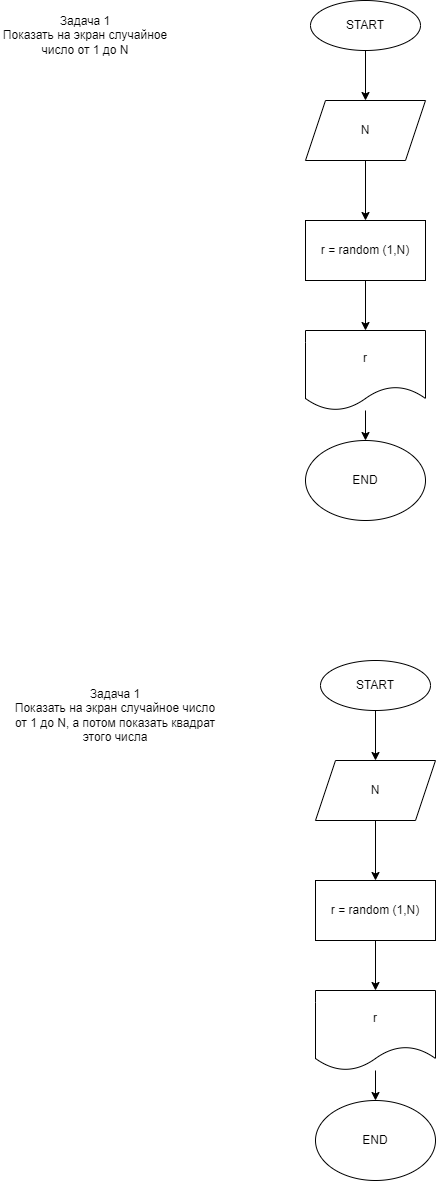
Earlier version of the draw.io export ex000.drawio.png (AnnaBukh/Practikum.Kamenytsky). Source tidied: cells renumbered, new cells last; positions are measured from the earlier drawing's top-left corner, leaving out a move shared by most shapes.
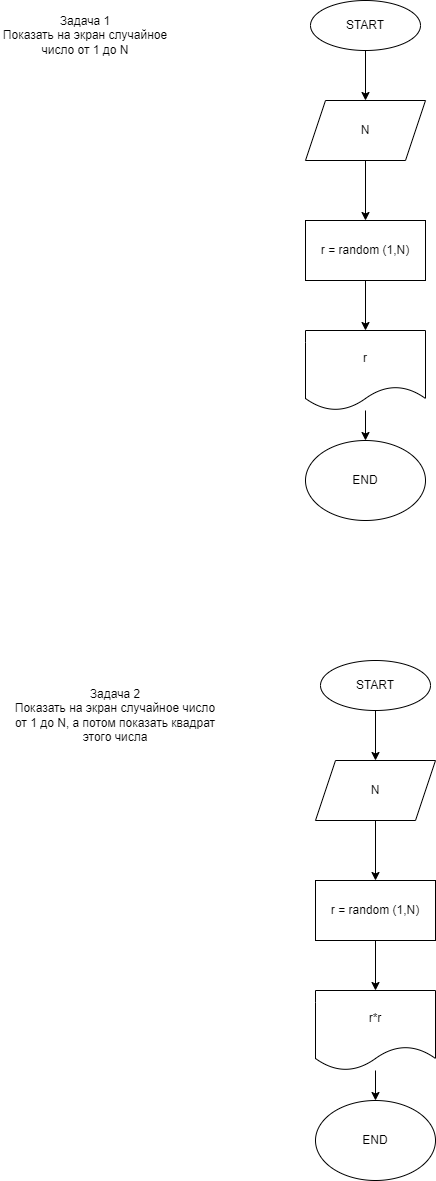
The same file after the commit.

The edit, as a diff of the source:
```diff
@@ -38,7 +38,7 @@
     <mxCell id="13" value="START" style="ellipse;whiteSpace=wrap;html=1;" parent="1" vertex="1">
       <mxGeometry x="320" y="660" width="110" height="50" as="geometry" />
     </mxCell>
-    <mxCell id="14" value="Задача 1&lt;br&gt;Показать на экран случайное число от 1 до N, а потом показать квадрат этого числа" style="text;html=1;strokeColor=none;fillColor=none;align=center;verticalAlign=middle;whiteSpace=wrap;rounded=0;" parent="1" vertex="1">
+    <mxCell id="14" value="Задача 2&lt;br&gt;Показать на экран случайное число от 1 до N, а потом показать квадрат этого числа" style="text;html=1;strokeColor=none;fillColor=none;align=center;verticalAlign=middle;whiteSpace=wrap;rounded=0;" parent="1" vertex="1">
       <mxGeometry x="10" y="680" width="210" height="70" as="geometry" />
     </mxCell>
     <mxCell id="15" style="edgeStyle=none;html=1;" parent="1" edge="1" source="16" target="18">
@@ -56,7 +56,7 @@
     <mxCell id="19" style="edgeStyle=none;html=1;" parent="1" edge="1" source="20" target="21">
       <mxGeometry relative="1" as="geometry" />
     </mxCell>
-    <mxCell id="20" value="r" style="shape=document;whiteSpace=wrap;html=1;boundedLbl=1;" parent="1" vertex="1">
+    <mxCell id="20" value="r*r" style="shape=document;whiteSpace=wrap;html=1;boundedLbl=1;" parent="1" vertex="1">
       <mxGeometry x="315" y="990" width="120" height="80" as="geometry" />
     </mxCell>
     <mxCell id="21" value="END" style="ellipse;whiteSpace=wrap;html=1;" parent="1" vertex="1">
```
